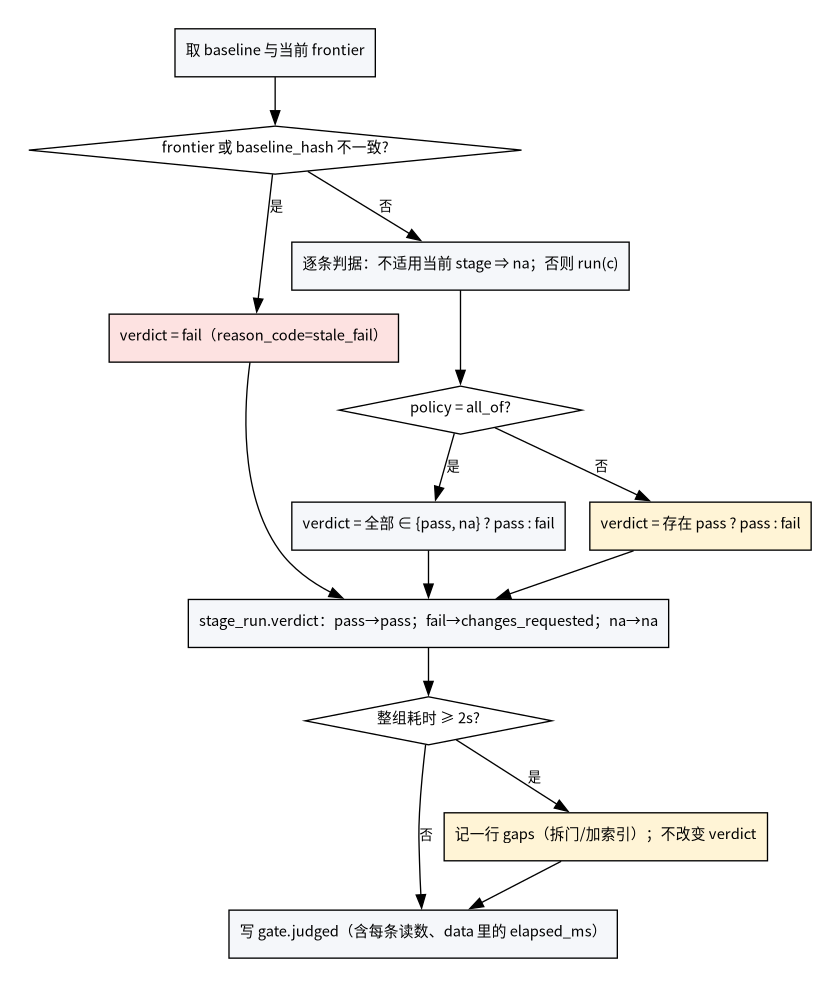
Before: design/diagrams/p2-gate-ns.png, a diagram exported from Graphviz (raitpor/dsh-software-dev-office). Its source is kept beside it as design/diagrams/p2-gate-ns.dot.
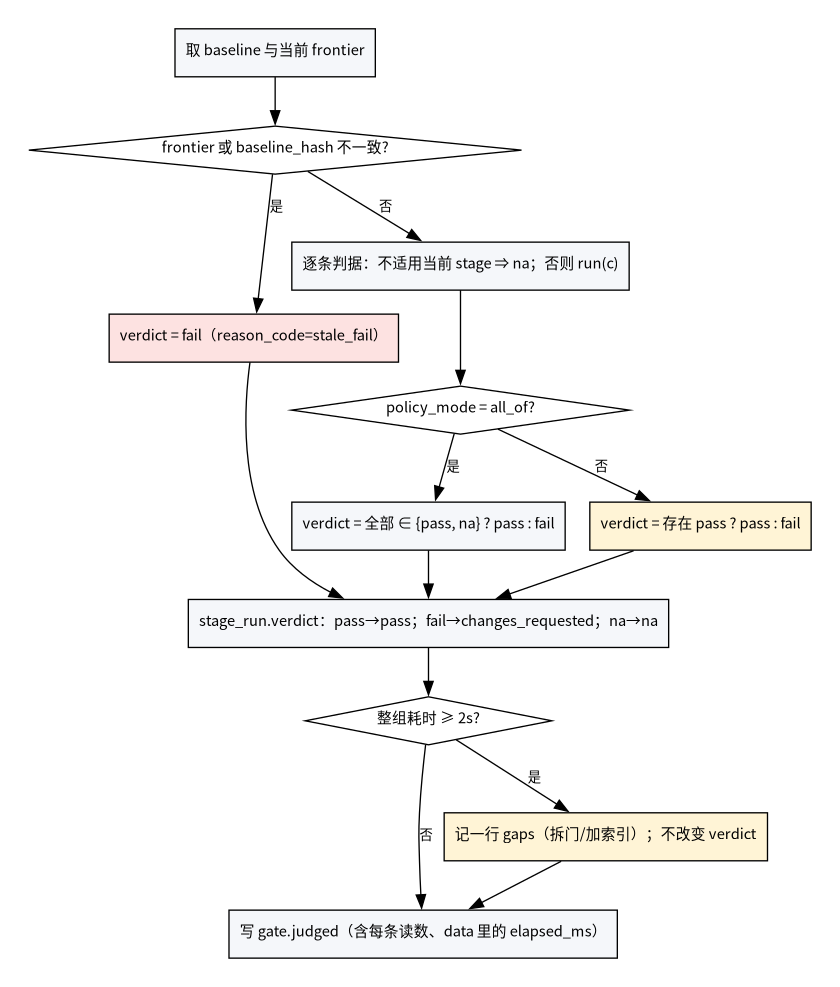
Later version of the same file.

Diff of the diagram source:
```diff
@@ -8,7 +8,7 @@
 n1 [shape=diamond, fillcolor=white, label="frontier 或 baseline_hash 不一致?"];
 s1 [fillcolor="#fde2e1", label="verdict = fail（reason_code=stale_fail）"];
 n2 [label="逐条判据：不适用当前 stage ⇒ na；否则 run(c)"];
-n3 [shape=diamond, fillcolor=white, label="policy = all_of?"];
+n3 [shape=diamond, fillcolor=white, label="policy_mode = all_of?"];
 v1 [label="verdict = 全部 ∈ {pass, na} ? pass : fail"];
 v2 [fillcolor="#fff4d6", label="verdict = 存在 pass ? pass : fail"];
 map [shape=box, label="stage_run.verdict：pass→pass；fail→changes_requested；na→na"];
```
